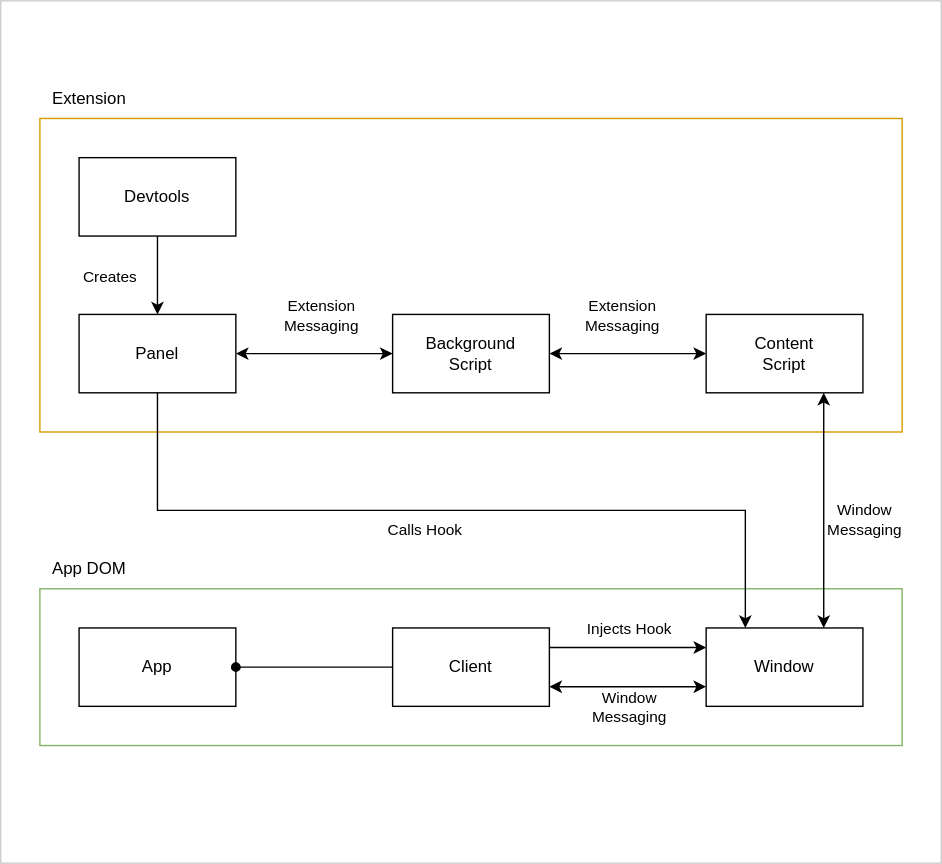
dxos/dxos keeps this draw.io diagram as docs/design/diagrams/devtools.drawio.svg. Above is the earlier version. Source tidied: cells renumbered, new cells last; positions are measured from the earlier drawing's top-left corner, leaving out a move shared by most shapes.
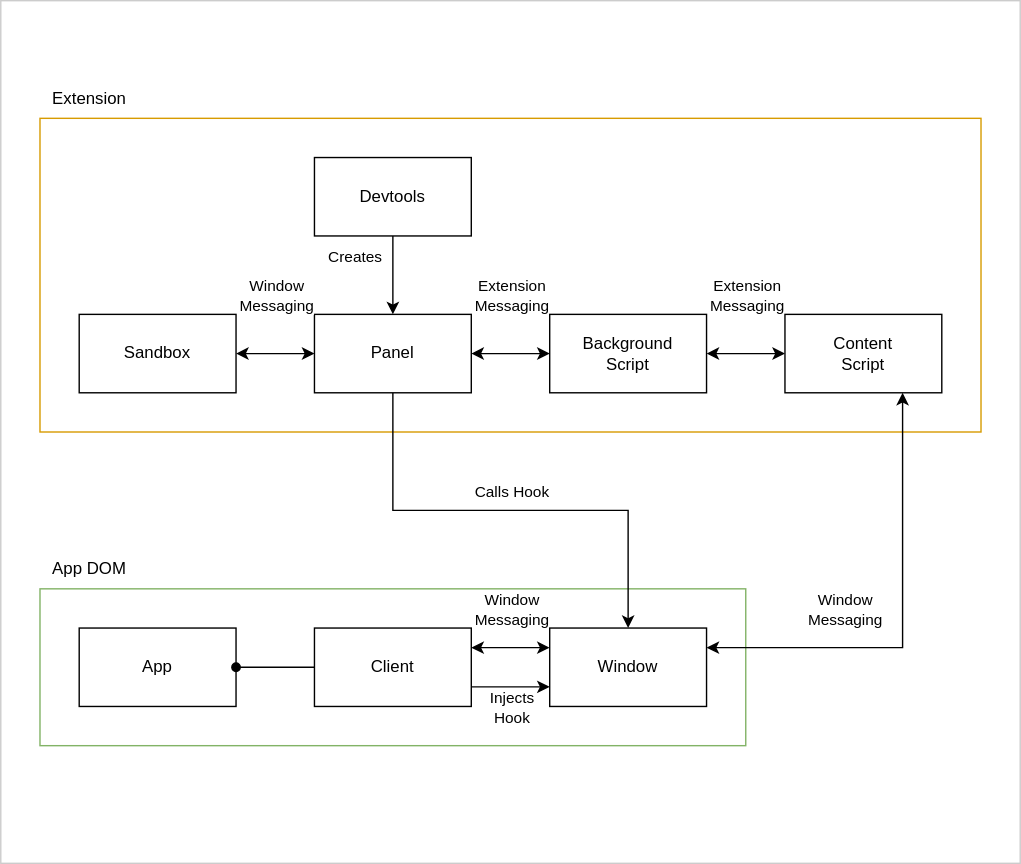
Above is the later version.

What changed in the source:
```diff
@@ -3,55 +3,65 @@
     <mxCell id="0" />
     <mxCell id="1" parent="0" />
     <mxCell id="2" style="rounded=0;whiteSpace=wrap;html=1;fillColor=none;strokeColor=#CCCCCC;" parent="1" vertex="1">
-      <mxGeometry width="672" height="616" as="geometry" />
+      <mxGeometry width="728" height="616" as="geometry" />
     </mxCell>
     <mxCell id="3" style="rounded=0;whiteSpace=wrap;html=1;fillColor=none;strokeColor=#d79b00;" parent="1" vertex="1">
-      <mxGeometry x="28" y="84" width="616" height="224" as="geometry" />
+      <mxGeometry x="28" y="84" width="672" height="224" as="geometry" />
     </mxCell>
     <mxCell id="4" style="rounded=0;whiteSpace=wrap;html=1;fillColor=none;strokeColor=#82b366;" parent="1" vertex="1">
-      <mxGeometry x="28" y="420" width="616" height="112" as="geometry" />
+      <mxGeometry x="28" y="420" width="504" height="112" as="geometry" />
     </mxCell>
     <mxCell id="5" style="edgeStyle=orthogonalEdgeStyle;rounded=0;html=1;startArrow=classic;startFill=1;endArrow=classic;endFill=1;" parent="1" edge="1" source="7" target="18">
-      <mxGeometry relative="1" as="geometry" />
+      <mxGeometry relative="1" as="geometry">
+        <Array as="points">
+          <mxPoint x="448" y="252" />
+          <mxPoint x="448" y="252" />
+        </Array>
+      </mxGeometry>
     </mxCell>
     <mxCell id="6" value="Extension&lt;br&gt;Messaging" style="edgeLabel;html=1;align=center;verticalAlign=middle;" parent="5" vertex="1">
       <mxGeometry x="-0.3" relative="1" as="geometry">
-        <mxPoint x="-13" y="-28" as="offset" />
+        <mxPoint x="-9" y="-42" as="offset" />
       </mxGeometry>
     </mxCell>
     <mxCell id="7" value="Background&lt;br&gt;Script" style="rounded=0;whiteSpace=wrap;html=1;" parent="1" vertex="1">
-      <mxGeometry x="280" y="224" width="112" height="56" as="geometry" />
+      <mxGeometry x="392" y="224" width="112" height="56" as="geometry" />
     </mxCell>
     <mxCell id="8" style="edgeStyle=orthogonalEdgeStyle;rounded=0;html=1;startArrow=classic;startFill=1;endArrow=classic;endFill=1;" parent="1" edge="1" source="10" target="7">
-      <mxGeometry relative="1" as="geometry" />
+      <mxGeometry relative="1" as="geometry">
+        <Array as="points">
+          <mxPoint x="518" y="252" />
+          <mxPoint x="518" y="252" />
+        </Array>
+      </mxGeometry>
     </mxCell>
     <mxCell id="9" value="Extension&lt;br&gt;Messaging" style="edgeLabel;html=1;align=center;verticalAlign=middle;" parent="8" vertex="1">
       <mxGeometry x="0.33" y="1" relative="1" as="geometry">
-        <mxPoint x="14" y="-29" as="offset" />
+        <mxPoint x="9" y="-43" as="offset" />
       </mxGeometry>
     </mxCell>
     <mxCell id="10" value="Content&lt;br&gt;Script" style="rounded=0;whiteSpace=wrap;html=1;" parent="1" vertex="1">
-      <mxGeometry x="504" y="224" width="112" height="56" as="geometry" />
+      <mxGeometry x="560" y="224" width="112" height="56" as="geometry" />
     </mxCell>
-    <mxCell id="11" style="edgeStyle=orthogonalEdgeStyle;html=1;startArrow=none;startFill=0;endArrow=classic;endFill=1;rounded=0;exitX=0.5;exitY=1;exitDx=0;exitDy=0;entryX=0.25;entryY=0;entryDx=0;entryDy=0;" parent="1" edge="1" source="18" target="28">
+    <mxCell id="11" style="edgeStyle=orthogonalEdgeStyle;html=1;startArrow=none;startFill=0;endArrow=classic;endFill=1;rounded=0;exitX=0.5;exitY=1;exitDx=0;exitDy=0;entryX=0.5;entryY=0;entryDx=0;entryDy=0;" parent="1" edge="1" source="18" target="28">
       <mxGeometry relative="1" as="geometry">
         <Array as="points">
-          <mxPoint x="112" y="364" />
-          <mxPoint x="532" y="364" />
+          <mxPoint x="280" y="364" />
+          <mxPoint x="448" y="364" />
         </Array>
       </mxGeometry>
     </mxCell>
     <mxCell id="12" value="Calls Hook" style="edgeLabel;html=1;align=center;verticalAlign=middle;" parent="11" vertex="1">
       <mxGeometry x="-0.2" y="-2" relative="1" as="geometry">
-        <mxPoint x="38" y="11" as="offset" />
+        <mxPoint x="33" y="-16" as="offset" />
       </mxGeometry>
     </mxCell>
-    <mxCell id="13" style="edgeStyle=orthogonalEdgeStyle;rounded=0;html=1;startArrow=classic;startFill=1;endArrow=classic;endFill=1;entryX=0.75;entryY=1;entryDx=0;entryDy=0;exitX=0.75;exitY=0;exitDx=0;exitDy=0;" parent="1" edge="1" source="28" target="10">
+    <mxCell id="13" style="edgeStyle=orthogonalEdgeStyle;rounded=0;html=1;startArrow=classic;startFill=1;endArrow=classic;endFill=1;entryX=0.75;entryY=1;entryDx=0;entryDy=0;exitX=1;exitY=0.25;exitDx=0;exitDy=0;" parent="1" edge="1" source="28" target="10">
       <mxGeometry relative="1" as="geometry" />
     </mxCell>
     <mxCell id="14" value="Window&lt;br&gt;Messaging" style="edgeLabel;html=1;align=center;verticalAlign=middle;" parent="13" vertex="1">
       <mxGeometry x="0.2" y="-3" relative="1" as="geometry">
-        <mxPoint x="25" y="22" as="offset" />
+        <mxPoint x="-45" y="25" as="offset" />
       </mxGeometry>
     </mxCell>
     <mxCell id="15" style="edgeStyle=orthogonalEdgeStyle;html=1;startArrow=none;startFill=0;endArrow=classic;endFill=1;rounded=0;" parent="1" edge="1" source="17" target="18">
@@ -59,36 +69,39 @@
     </mxCell>
     <mxCell id="16" value="Creates" style="edgeLabel;html=1;align=center;verticalAlign=middle;" parent="15" vertex="1">
       <mxGeometry x="-0.25" y="-2" relative="1" as="geometry">
-        <mxPoint x="-33" y="7" as="offset" />
+        <mxPoint x="-26" y="-7" as="offset" />
       </mxGeometry>
     </mxCell>
     <mxCell id="17" value="Devtools" style="rounded=0;whiteSpace=wrap;html=1;" parent="1" vertex="1">
-      <mxGeometry x="56" y="112" width="112" height="56" as="geometry" />
+      <mxGeometry x="224" y="112" width="112" height="56" as="geometry" />
     </mxCell>
+    <mxCell id="29" style="edgeStyle=orthogonalEdgeStyle;rounded=0;html=1;startArrow=classic;startFill=1;" parent="1" edge="1" source="18" target="30">
+      <mxGeometry relative="1" as="geometry" />
+    </mxCell>
     <mxCell id="18" value="Panel" style="rounded=0;whiteSpace=wrap;html=1;" parent="1" vertex="1">
-      <mxGeometry x="56" y="224" width="112" height="56" as="geometry" />
+      <mxGeometry x="224" y="224" width="112" height="56" as="geometry" />
     </mxCell>
     <mxCell id="19" value="App" style="rounded=0;whiteSpace=wrap;html=1;" parent="1" vertex="1">
       <mxGeometry x="56" y="448" width="112" height="56" as="geometry" />
     </mxCell>
-    <mxCell id="20" style="edgeStyle=none;html=1;exitX=1;exitY=0.25;exitDx=0;exitDy=0;entryX=0;entryY=0.25;entryDx=0;entryDy=0;" parent="1" edge="1" source="24" target="28">
+    <mxCell id="20" style="edgeStyle=none;html=1;exitX=1;exitY=0.75;exitDx=0;exitDy=0;entryX=0;entryY=0.75;entryDx=0;entryDy=0;" parent="1" edge="1" source="24" target="28">
       <mxGeometry relative="1" as="geometry" />
     </mxCell>
-    <mxCell id="21" value="Injects Hook" style="edgeLabel;html=1;align=center;verticalAlign=middle;" parent="20" vertex="1">
+    <mxCell id="21" value="Injects&lt;br&gt;Hook" style="edgeLabel;html=1;align=center;verticalAlign=middle;" parent="20" vertex="1">
       <mxGeometry x="-0.21" y="1" relative="1" as="geometry">
-        <mxPoint x="12" y="-13" as="offset" />
+        <mxPoint x="6" y="15" as="offset" />
       </mxGeometry>
     </mxCell>
-    <mxCell id="22" style="edgeStyle=none;html=1;exitX=1;exitY=0.75;exitDx=0;exitDy=0;entryX=0;entryY=0.75;entryDx=0;entryDy=0;startArrow=classic;startFill=1;" parent="1" edge="1" source="24" target="28">
+    <mxCell id="22" style="edgeStyle=orthogonalEdgeStyle;html=1;exitX=1;exitY=0.25;exitDx=0;exitDy=0;entryX=0;entryY=0.25;entryDx=0;entryDy=0;startArrow=classic;startFill=1;rounded=0;" parent="1" edge="1" source="24" target="28">
       <mxGeometry relative="1" as="geometry" />
     </mxCell>
     <mxCell id="23" value="Window&lt;br&gt;Messaging" style="edgeLabel;html=1;align=center;verticalAlign=middle;" parent="22" vertex="1">
       <mxGeometry x="-0.27" relative="1" as="geometry">
-        <mxPoint x="15" y="14" as="offset" />
+        <mxPoint x="8" y="-28" as="offset" />
       </mxGeometry>
     </mxCell>
     <mxCell id="24" value="Client" style="rounded=0;whiteSpace=wrap;html=1;" parent="1" vertex="1">
-      <mxGeometry x="280" y="448" width="112" height="56" as="geometry" />
+      <mxGeometry x="224" y="448" width="112" height="56" as="geometry" />
     </mxCell>
     <mxCell id="25" style="edgeStyle=orthogonalEdgeStyle;html=1;startArrow=oval;startFill=1;endArrow=none;endFill=0;rounded=0;" parent="1" edge="1" source="19" target="24">
       <mxGeometry relative="1" as="geometry" />
@@ -100,7 +113,13 @@
       <mxGeometry x="28" y="392" width="70" height="28" as="geometry" />
     </mxCell>
     <mxCell id="28" value="Window" style="rounded=0;whiteSpace=wrap;html=1;" parent="1" vertex="1">
-      <mxGeometry x="504" y="448" width="112" height="56" as="geometry" />
+      <mxGeometry x="392" y="448" width="112" height="56" as="geometry" />
     </mxCell>
+    <mxCell id="30" value="Sandbox" style="rounded=0;whiteSpace=wrap;html=1;" parent="1" vertex="1">
+      <mxGeometry x="56" y="224" width="112" height="56" as="geometry" />
+    </mxCell>
+    <mxCell id="31" value="Window&lt;br&gt;Messaging" style="edgeLabel;html=1;align=center;verticalAlign=middle;" parent="1" vertex="1">
+      <mxGeometry x="196" y="210" as="geometry" />
+    </mxCell>
   </root>
 </mxGraphModel>
```
